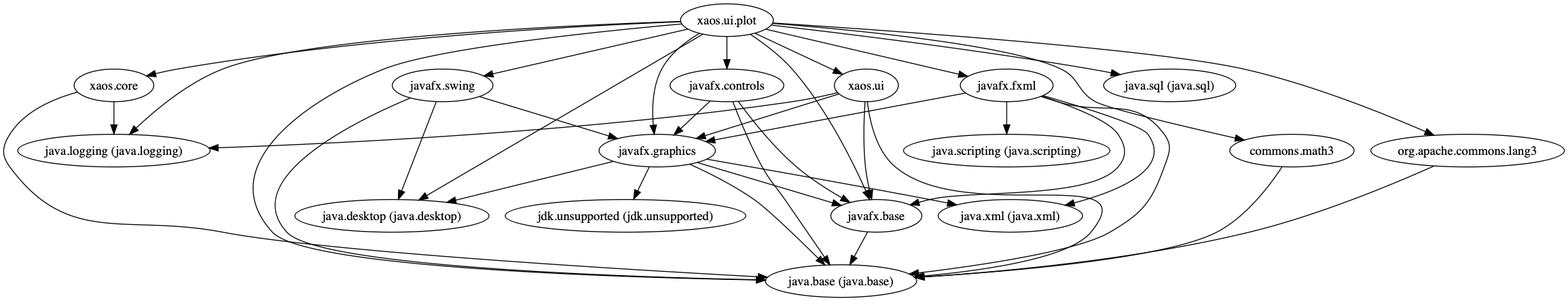
The Graphviz diagram xaos.ui.plot.module/doc/module-dependencies.png in ESSICS/XAOS, before a commit. Its source is kept beside it as xaos.ui.plot.module/doc/module-dependencies.dot.
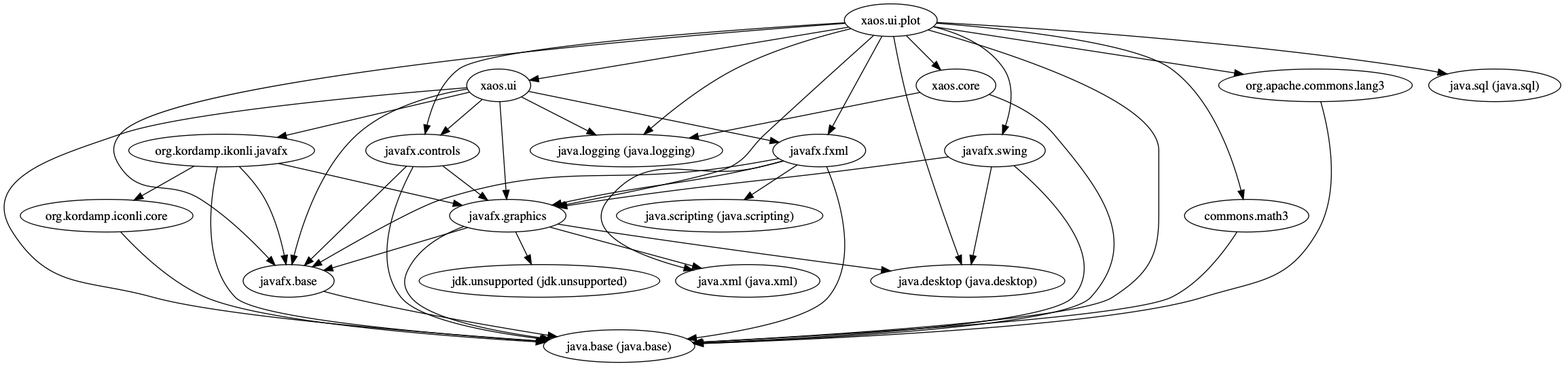
After the change.

What changed in the source:
```diff
@@ -10,7 +10,10 @@
   "xaos.ui"                                          -> "java.base (java.base)";
   "xaos.ui"                                          -> "java.logging (java.logging)";
   "xaos.ui"                                          -> "javafx.base";
+  "xaos.ui"                                          -> "javafx.controls";
+  "xaos.ui"                                          -> "javafx.fxml";
   "xaos.ui"                                          -> "javafx.graphics";
+  "xaos.ui"                                          -> "org.kordamp.ikonli.javafx";
   "javafx.fxml"                                      -> "java.base (java.base)";
   "javafx.fxml"                                      -> "java.scripting (java.scripting)";
   "javafx.fxml"                                      -> "java.xml (java.xml)";
@@ -30,6 +33,11 @@
   "xaos.ui.plot"                                     -> "xaos.core";
   "xaos.ui.plot"                                     -> "xaos.ui";
   "org.apache.commons.lang3"                         -> "java.base (java.base)";
+  "org.kordamp.ikonli.javafx"                        -> "java.base (java.base)";
+  "org.kordamp.ikonli.javafx"                        -> "javafx.base";
+  "org.kordamp.ikonli.javafx"                        -> "javafx.graphics";
+  "org.kordamp.ikonli.javafx"                        -> "org.kordamp.iconli.core";
+  "org.kordamp.iconli.core"                          -> "java.base (java.base)";
   "javafx.graphics"                                  -> "java.base (java.base)";
   "javafx.graphics"                                  -> "java.desktop (java.desktop)";
   "javafx.graphics"                                  -> "java.xml (java.xml)";
```
